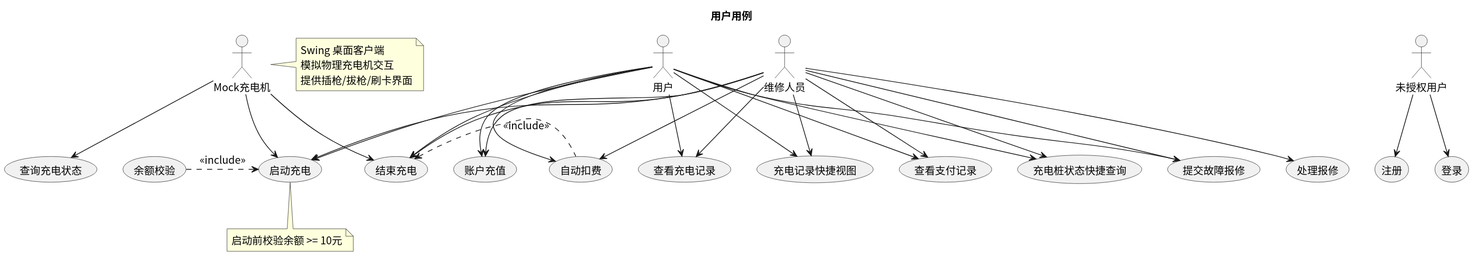
Above: usecase/docs/overview/img/user_usecases.svg in greenhandzdl/charging-station-doc (PlantUML), before the change.
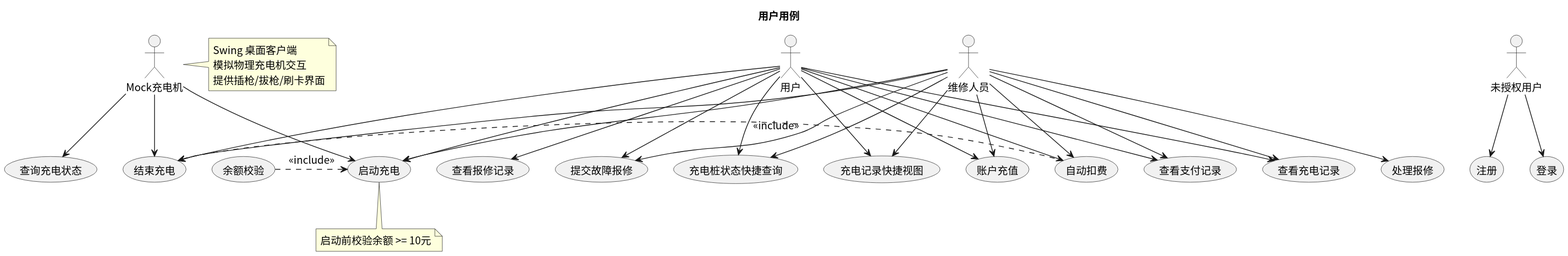
After the commit.

Diff of the diagram source:
```diff
@@ -24,6 +24,7 @@
 usecase "处理报修" as HR
 usecase "充电记录快捷视图" as QV
 usecase "充电桩状态快捷查询" as QC
+usecase "查看报修记录" as VR
 usecase "查询充电状态" as QC_CM
 
 G --> REG
@@ -37,6 +38,7 @@
 U --> SRT
 U --> QV
 U --> QC
+U --> VR
 M --> RCH
 M --> CS
 M --> EC
```
